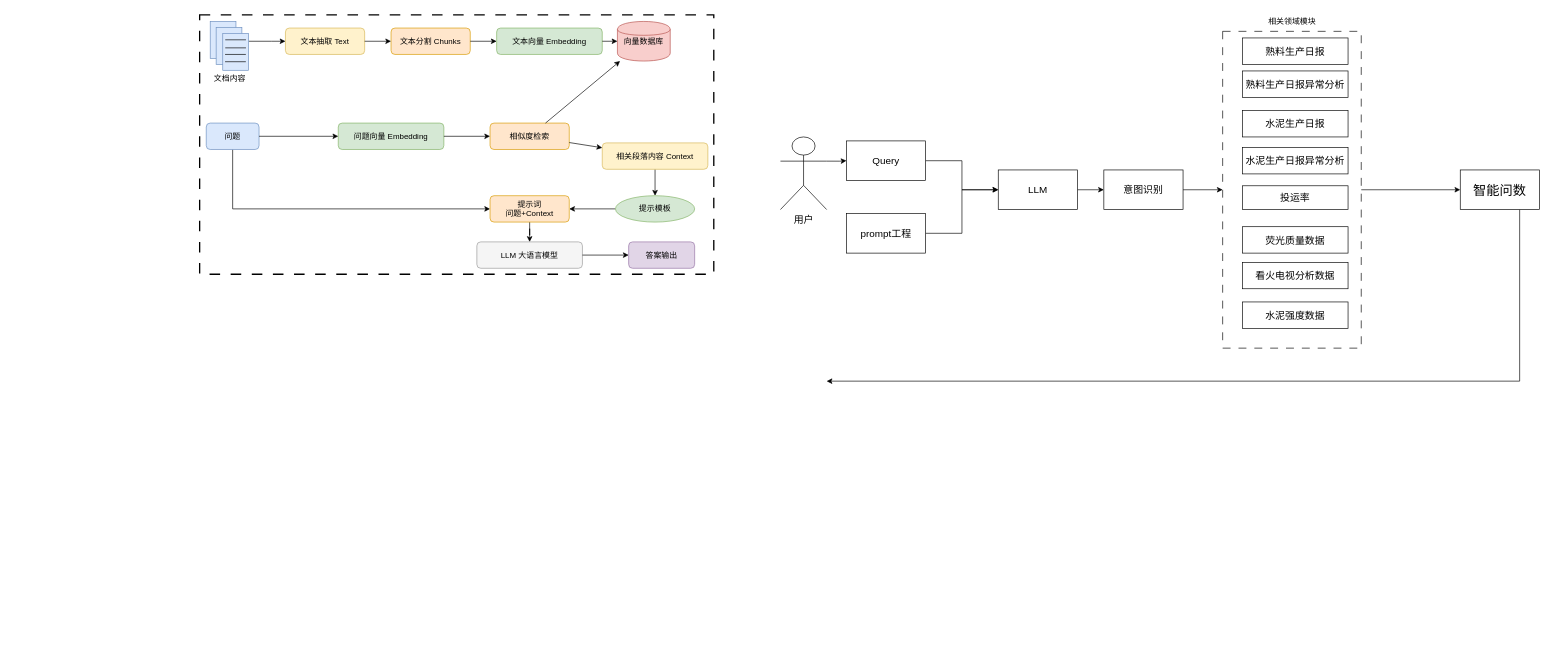
This is 报表分析.drawio from 729973389/picture, a draw.io file, before an edit. Source tidied: cells renumbered, new cells numbered last; positions are measured from the earlier drawing's top-left corner, leaving out a move shared by most shapes. Both pictures are drawn from the tidied source at 66%, with x=0, y=0 at pixel (199, 11).
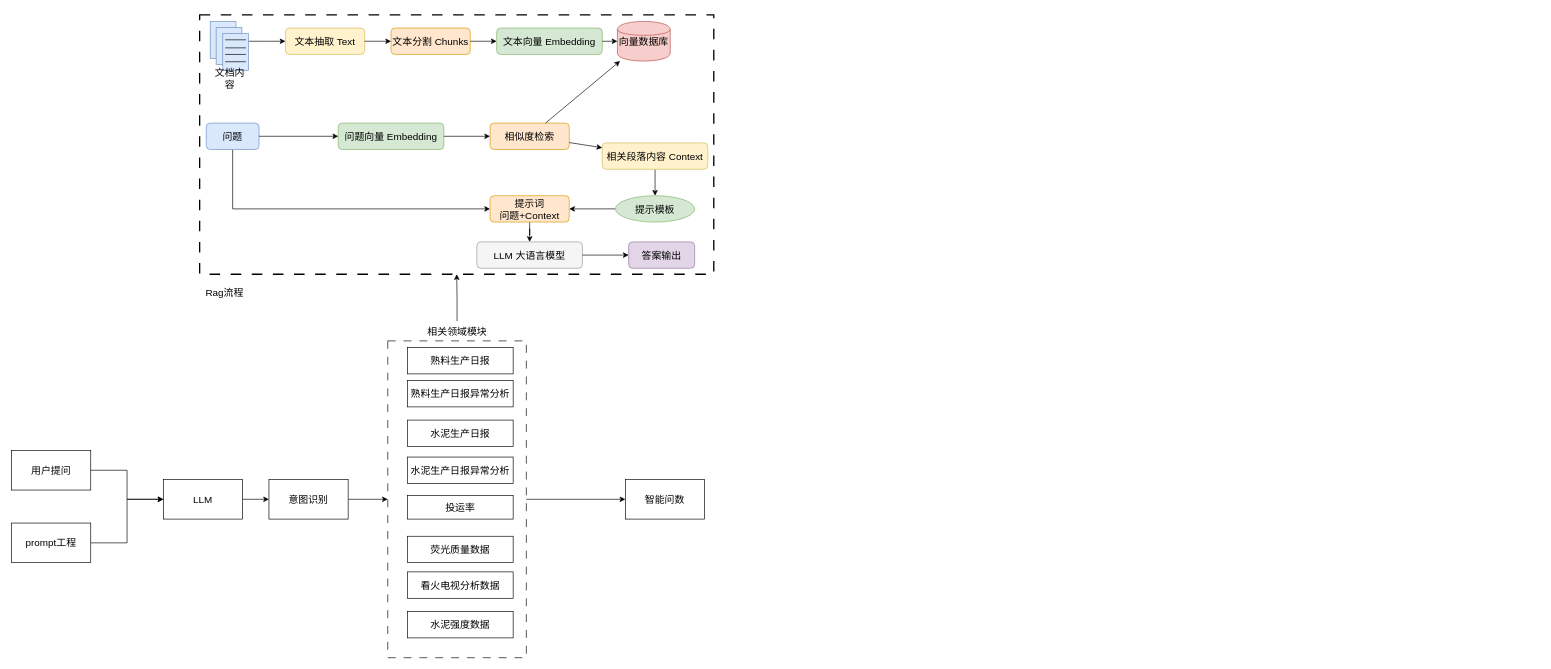
The same diagram, later.

Commit message:
更新报表分析.drawio

Change to the diagram source:
```diff
@@
-    <mxCell id="2" style="rounded=0;whiteSpace=wrap;html=1;labelBackgroundColor=default;strokeWidth=2;dashed=1;dashPattern=8 8;strokeColor=default;" parent="1" vertex="1">
+    <mxCell id="2" style="rounded=0;whiteSpace=wrap;html=1;labelBackgroundColor=default;strokeWidth=2;dashed=1;dashPattern=8 8;strokeColor=default;fontSize=15;" parent="1" vertex="1">
       <mxGeometry y="5" width="779" height="393" as="geometry" />
     </mxCell>
-    <mxCell id="3" value="文本抽取 Text" style="rounded=1;fillColor=#fff2cc;strokeColor=#d6b656;" parent="1" vertex="1">
+    <mxCell id="3" value="文本抽取 Text" style="rounded=1;fillColor=#fff2cc;strokeColor=#d6b656;fontSize=15;" parent="1" vertex="1">
       <mxGeometry x="130" y="25" width="120" height="40" as="geometry" />
     </mxCell>
-    <mxCell id="4" value="文本分割 Chunks" style="rounded=1;fillColor=#ffe6cc;strokeColor=#d79b00;" parent="1" vertex="1">
+    <mxCell id="4" value="文本分割 Chunks" style="rounded=1;fillColor=#ffe6cc;strokeColor=#d79b00;fontSize=15;" parent="1" vertex="1">
       <mxGeometry x="290" y="25" width="120" height="40" as="geometry" />
     </mxCell>
-    <mxCell id="5" value="文本向量 Embedding" style="rounded=1;fillColor=#d5e8d4;strokeColor=#82b366;" parent="1" vertex="1">
+    <mxCell id="5" value="文本向量 Embedding" style="rounded=1;fillColor=#d5e8d4;strokeColor=#82b366;fontSize=15;" parent="1" vertex="1">
       <mxGeometry x="450" y="25" width="160" height="40" as="geometry" />
     </mxCell>
-    <mxCell id="6" value="向量数据库" style="shape=cylinder;fillColor=#f8cecc;strokeColor=#b85450;" parent="1" vertex="1">
+    <mxCell id="6" value="向量数据库" style="shape=cylinder;fillColor=#f8cecc;strokeColor=#b85450;fontSize=15;" parent="1" vertex="1">
       <mxGeometry x="633" y="15" width="80" height="60" as="geometry" />
     </mxCell>
-    <mxCell id="7" parent="1" edge="1" source="3" target="4">
+    <mxCell id="7" style="fontSize=15;" parent="1" edge="1" source="3" target="4">
       <mxGeometry relative="1" as="geometry" />
     </mxCell>
-    <mxCell id="8" parent="1" edge="1" source="4" target="5">
+    <mxCell id="8" style="fontSize=15;" parent="1" edge="1" source="4" target="5">
       <mxGeometry relative="1" as="geometry" />
     </mxCell>
-    <mxCell id="9" parent="1" edge="1" source="5" target="6">
+    <mxCell id="9" style="fontSize=15;" parent="1" edge="1" source="5" target="6">
       <mxGeometry relative="1" as="geometry" />
     </mxCell>
-    <mxCell id="10" style="edgeStyle=orthogonalEdgeStyle;rounded=0;jettySize=auto;html=1;entryX=0;entryY=0.5;entryDx=0;entryDy=0;" parent="1" edge="1" source="11" target="26">
+    <mxCell id="10" style="edgeStyle=orthogonalEdgeStyle;rounded=0;jettySize=auto;html=1;entryX=0;entryY=0.5;entryDx=0;entryDy=0;fontSize=15;" parent="1" edge="1" source="11" target="26">
       <mxGeometry relative="1" as="geometry">
         <Array as="points">
           <mxPoint x="50" y="299" />
         </Array>
       </mxGeometry>
     </mxCell>
-    <mxCell id="11" value="问题" style="rounded=1;fillColor=#dae8fc;strokeColor=#6c8ebf;" parent="1" vertex="1">
+    <mxCell id="11" value="问题" style="rounded=1;fillColor=#dae8fc;strokeColor=#6c8ebf;fontSize=15;" parent="1" vertex="1">
       <mxGeometry x="10" y="169" width="80" height="40" as="geometry" />
     </mxCell>
-    <mxCell id="12" value="问题向量 Embedding" style="rounded=1;fillColor=#d5e8d4;strokeColor=#82b366;" parent="1" vertex="1">
+    <mxCell id="12" value="问题向量 Embedding" style="rounded=1;fillColor=#d5e8d4;strokeColor=#82b366;fontSize=15;" parent="1" vertex="1">
       <mxGeometry x="210" y="169" width="160" height="40" as="geometry" />
     </mxCell>
-    <mxCell id="13" value="相似度检索" style="rounded=1;fillColor=#ffe6cc;strokeColor=#d79b00;" parent="1" vertex="1">
+    <mxCell id="13" value="相似度检索" style="rounded=1;fillColor=#ffe6cc;strokeColor=#d79b00;fontSize=15;" parent="1" vertex="1">
       <mxGeometry x="440" y="169" width="120" height="40" as="geometry" />
     </mxCell>
-    <mxCell id="14" style="edgeStyle=orthogonalEdgeStyle;rounded=0;jettySize=auto;html=1;entryX=0.5;entryY=0;entryDx=0;entryDy=0;" parent="1" edge="1" source="15" target="24">
+    <mxCell id="14" style="edgeStyle=orthogonalEdgeStyle;rounded=0;jettySize=auto;html=1;entryX=0.5;entryY=0;entryDx=0;entryDy=0;fontSize=15;" parent="1" edge="1" source="15" target="24">
       <mxGeometry relative="1" as="geometry" />
     </mxCell>
-    <mxCell id="15" value="相关段落内容 Context" style="rounded=1;fillColor=#fff2cc;strokeColor=#d6b656;" parent="1" vertex="1">
+    <mxCell id="15" value="相关段落内容 Context" style="rounded=1;fillColor=#fff2cc;strokeColor=#d6b656;fontSize=15;" parent="1" vertex="1">
       <mxGeometry x="610" y="199" width="160" height="40" as="geometry" />
     </mxCell>
-    <mxCell id="16" parent="1" edge="1" source="11" target="12">
+    <mxCell id="16" style="fontSize=15;" parent="1" edge="1" source="11" target="12">
       <mxGeometry relative="1" as="geometry" />
     </mxCell>
-    <mxCell id="17" parent="1" edge="1" source="12" target="13">
+    <mxCell id="17" style="fontSize=15;" parent="1" edge="1" source="12" target="13">
       <mxGeometry relative="1" as="geometry" />
     </mxCell>
-    <mxCell id="18" parent="1" edge="1" source="13" target="15">
+    <mxCell id="18" style="fontSize=15;" parent="1" edge="1" source="13" target="15">
       <mxGeometry relative="1" as="geometry" />
     </mxCell>
-    <mxCell id="19" parent="1" edge="1" source="13" target="6">
+    <mxCell id="19" style="fontSize=15;" parent="1" edge="1" source="13" target="6">
       <mxGeometry relative="1" as="geometry" />
     </mxCell>
-    <mxCell id="20" value="LLM 大语言模型" style="rounded=1;fillColor=#f5f5f5;strokeColor=#999999;" parent="1" vertex="1">
+    <mxCell id="20" value="LLM 大语言模型" style="rounded=1;fillColor=#f5f5f5;strokeColor=#999999;fontSize=15;" parent="1" vertex="1">
       <mxGeometry x="420" y="349" width="160" height="40" as="geometry" />
     </mxCell>
-    <mxCell id="21" value="答案输出" style="rounded=1;fillColor=#e1d5e7;strokeColor=#9673a6;" parent="1" vertex="1">
+    <mxCell id="21" value="答案输出" style="rounded=1;fillColor=#e1d5e7;strokeColor=#9673a6;fontSize=15;" parent="1" vertex="1">
       <mxGeometry x="650" y="349" width="100" height="40" as="geometry" />
     </mxCell>
-    <mxCell id="22" parent="1" edge="1" source="20" target="21">
+    <mxCell id="22" style="fontSize=15;" parent="1" edge="1" source="20" target="21">
       <mxGeometry relative="1" as="geometry" />
     </mxCell>
-    <mxCell id="23" style="edgeStyle=orthogonalEdgeStyle;rounded=0;jettySize=auto;html=1;entryX=1;entryY=0.5;entryDx=0;entryDy=0;" parent="1" edge="1" source="24" target="26">
+    <mxCell id="23" style="edgeStyle=orthogonalEdgeStyle;rounded=0;jettySize=auto;html=1;entryX=1;entryY=0.5;entryDx=0;entryDy=0;fontSize=15;" parent="1" edge="1" source="24" target="26">
       <mxGeometry relative="1" as="geometry" />
     </mxCell>
-    <mxCell id="24" value="提示模板" style="ellipse;whiteSpace=wrap;html=1;fillColor=#d5e8d4;strokeColor=#82b366;" parent="1" vertex="1">
+    <mxCell id="24" value="提示模板" style="ellipse;whiteSpace=wrap;html=1;fillColor=#d5e8d4;strokeColor=#82b366;fontSize=15;" parent="1" vertex="1">
       <mxGeometry x="630" y="279" width="120" height="40" as="geometry" />
     </mxCell>
-    <mxCell id="25" style="edgeStyle=orthogonalEdgeStyle;rounded=0;jettySize=auto;html=1;entryX=0.5;entryY=0;entryDx=0;entryDy=0;" parent="1" edge="1" source="26" target="20">
+    <mxCell id="25" style="edgeStyle=orthogonalEdgeStyle;rounded=0;jettySize=auto;html=1;entryX=0.5;entryY=0;entryDx=0;entryDy=0;fontSize=15;" parent="1" edge="1" source="26" target="20">
       <mxGeometry relative="1" as="geometry" />
     </mxCell>
-    <mxCell id="26" value="提示词&#10;问题+Context" style="rounded=1;fillColor=#ffe6cc;strokeColor=#d79b00;" parent="1" vertex="1">
+    <mxCell id="26" value="提示词&#10;问题+Context" style="rounded=1;fillColor=#ffe6cc;strokeColor=#d79b00;fontSize=15;" parent="1" vertex="1">
       <mxGeometry x="440" y="279" width="120" height="40" as="geometry" />
     </mxCell>
-    <mxCell id="27" style="rounded=0;whiteSpace=wrap;html=1;fillColor=#dae8fc;strokeColor=#6c8ebf;" parent="1" vertex="1">
+    <mxCell id="27" style="rounded=0;whiteSpace=wrap;html=1;fillColor=#dae8fc;strokeColor=#6c8ebf;fontSize=15;" parent="1" vertex="1">
       <mxGeometry x="16" y="15" width="39" height="56" as="geometry" />
     </mxCell>
-    <mxCell id="28" style="rounded=0;whiteSpace=wrap;html=1;fillColor=#dae8fc;strokeColor=#6c8ebf;" parent="1" vertex="1">
+    <mxCell id="28" style="rounded=0;whiteSpace=wrap;html=1;fillColor=#dae8fc;strokeColor=#6c8ebf;fontSize=15;" parent="1" vertex="1">
       <mxGeometry x="25" y="24" width="39" height="56" as="geometry" />
     </mxCell>
-    <mxCell id="29" style="edgeStyle=orthogonalEdgeStyle;rounded=0;jettySize=auto;html=1;entryX=0;entryY=0.5;entryDx=0;entryDy=0;" parent="1" edge="1" source="30" target="3">
+    <mxCell id="29" style="edgeStyle=orthogonalEdgeStyle;rounded=0;jettySize=auto;html=1;entryX=0;entryY=0.5;entryDx=0;entryDy=0;fontSize=15;" parent="1" edge="1" source="30" target="3">
       <mxGeometry relative="1" as="geometry">
         <Array as="points">
           <mxPoint x="109" y="45" />
           <mxPoint x="109" y="45" />
         </Array>
       </mxGeometry>
     </mxCell>
-    <mxCell id="30" style="rounded=0;whiteSpace=wrap;html=1;fillColor=#dae8fc;strokeColor=#6c8ebf;" parent="1" vertex="1">
+    <mxCell id="30" style="rounded=0;whiteSpace=wrap;html=1;fillColor=#dae8fc;strokeColor=#6c8ebf;fontSize=15;" parent="1" vertex="1">
       <mxGeometry x="35" y="33" width="39" height="56" as="geometry" />
     </mxCell>
-    <mxCell id="31" style="endArrow=none;html=1;rounded=0;" parent="1" edge="1">
+    <mxCell id="31" style="endArrow=none;html=1;rounded=0;fontSize=15;" parent="1" edge="1">
       <mxGeometry relative="1" as="geometry">
         <mxPoint x="38.8" y="42.8" as="sourcePoint" />
         <mxPoint x="70.2" y="42.8" as="targetPoint" />
       </mxGeometry>
     </mxCell>
-    <mxCell id="32" style="endArrow=none;html=1;rounded=0;" parent="1" edge="1">
+    <mxCell id="32" style="endArrow=none;html=1;rounded=0;fontSize=15;" parent="1" edge="1">
       <mxGeometry relative="1" as="geometry">
         <mxPoint x="38.8" y="55" as="sourcePoint" />
         <mxPoint x="70.2" y="55" as="targetPoint" />
       </mxGeometry>
     </mxCell>
-    <mxCell id="33" style="endArrow=none;html=1;rounded=0;" parent="1" edge="1">
+    <mxCell id="33" style="endArrow=none;html=1;rounded=0;fontSize=15;" parent="1" edge="1">
       <mxGeometry relative="1" as="geometry">
         <mxPoint x="38.5" y="65" as="sourcePoint" />
         <mxPoint x="70" y="65" as="targetPoint" />
       </mxGeometry>
     </mxCell>
-    <mxCell id="34" style="endArrow=none;html=1;rounded=0;" parent="1" edge="1">
+    <mxCell id="34" style="endArrow=none;html=1;rounded=0;fontSize=15;" parent="1" edge="1">
       <mxGeometry relative="1" as="geometry">
         <mxPoint x="38.5" y="76" as="sourcePoint" />
         <mxPoint x="70" y="76" as="targetPoint" />
       </mxGeometry>
     </mxCell>
-    <mxCell id="35" value="文档内容" style="text;html=1;align=center;verticalAlign=middle;whiteSpace=wrap;rounded=0;" parent="1" vertex="1">
+    <mxCell id="35" value="文档内容" style="text;html=1;align=center;verticalAlign=middle;whiteSpace=wrap;rounded=0;fontSize=15;" parent="1" vertex="1">
       <mxGeometry x="16" y="86" width="60" height="30" as="geometry" />
     </mxCell>
-    <mxCell id="36" style="edgeStyle=orthogonalEdgeStyle;rounded=0;jettySize=auto;html=1;exitX=1;exitY=0.3333333333333333;exitDx=0;exitDy=0;exitPerimeter=0;fontSize=15;" parent="1" edge="1" source="37" target="39">
-      <mxGeometry relative="1" as="geometry" />
-    </mxCell>
-    <mxCell id="37" value="用户" style="shape=umlActor;verticalLabelPosition=bottom;verticalAlign=top;html=1;outlineConnect=0;fontSize=15;" parent="1" vertex="1">
-      <mxGeometry x="880" y="190" width="70" height="110" as="geometry" />
-    </mxCell>
-    <mxCell id="38" style="edgeStyle=orthogonalEdgeStyle;rounded=0;jettySize=auto;html=1;entryX=0;entryY=0.5;entryDx=0;entryDy=0;" parent="1" edge="1" source="39" target="49">
+    <mxCell id="38" style="edgeStyle=orthogonalEdgeStyle;rounded=0;jettySize=auto;html=1;entryX=0;entryY=0.5;entryDx=0;entryDy=0;fontSize=15;" parent="1" edge="1" source="39" target="49">
       <mxGeometry relative="1" as="geometry" />
     </mxCell>
-    <mxCell id="39" value="Query" style="rounded=0;whiteSpace=wrap;html=1;fontSize=15;" parent="1" vertex="1">
-      <mxGeometry x="980" y="196" width="120" height="60" as="geometry" />
+    <mxCell id="39" value="用户提问" style="rounded=0;whiteSpace=wrap;html=1;fontSize=15;" parent="1" vertex="1">
+      <mxGeometry x="-285" y="665" width="120" height="60" as="geometry" />
     </mxCell>
-    <mxCell id="40" style="edgeStyle=orthogonalEdgeStyle;rounded=0;jettySize=auto;html=1;entryX=0;entryY=0.5;entryDx=0;entryDy=0;" parent="1" edge="1" source="41" target="49">
+    <mxCell id="40" style="edgeStyle=orthogonalEdgeStyle;rounded=0;jettySize=auto;html=1;entryX=0;entryY=0.5;entryDx=0;entryDy=0;fontSize=15;" parent="1" edge="1" source="41" target="49">
       <mxGeometry relative="1" as="geometry" />
     </mxCell>
     <mxCell id="41" value="prompt工程" style="rounded=0;whiteSpace=wrap;html=1;fontSize=15;" parent="1" vertex="1">
-      <mxGeometry x="980" y="306" width="120" height="60" as="geometry" />
+      <mxGeometry x="-285" y="775" width="120" height="60" as="geometry" />
     </mxCell>
-    <mxCell id="42" style="edgeStyle=orthogonalEdgeStyle;rounded=0;jettySize=auto;html=1;entryX=0;entryY=0.5;entryDx=0;entryDy=0;" parent="1" edge="1" source="43" target="44">
+    <mxCell id="42" style="edgeStyle=orthogonalEdgeStyle;rounded=0;jettySize=auto;html=1;entryX=0;entryY=0.5;entryDx=0;entryDy=0;fontSize=15;" parent="1" edge="1" source="43" target="44">
       <mxGeometry relative="1" as="geometry" />
     </mxCell>
     <mxCell id="43" value="意图识别" style="rounded=0;whiteSpace=wrap;html=1;fontSize=15;" parent="1" vertex="1">
-      <mxGeometry x="1370" y="240" width="120" height="60" as="geometry" />
+      <mxGeometry x="105" y="709" width="120" height="60" as="geometry" />
     </mxCell>
-    <mxCell id="44" style="rounded=0;whiteSpace=wrap;html=1;fillColor=none;dashed=1;dashPattern=12 12;" parent="1" vertex="1">
-      <mxGeometry x="1550" y="30" width="210" height="480" as="geometry" />
+    <mxCell id="44" style="rounded=0;whiteSpace=wrap;html=1;fillColor=none;dashed=1;dashPattern=12 12;fontSize=15;" parent="1" vertex="1">
+      <mxGeometry x="285" y="499" width="210" height="480" as="geometry" />
     </mxCell>
     <mxCell id="45" value="&lt;font style=&quot;color: rgb(0, 0, 0);&quot;&gt;熟料生产日报异常分析&lt;/font&gt;" style="rounded=0;whiteSpace=wrap;html=1;fontSize=15;" parent="1" vertex="1">
-      <mxGeometry x="1580" y="90" width="160" height="40" as="geometry" />
+      <mxGeometry x="315" y="559" width="160" height="40" as="geometry" />
     </mxCell>
     <mxCell id="46" value="水泥生产日报异常分析" style="rounded=0;whiteSpace=wrap;html=1;fontSize=15;" parent="1" vertex="1">
-      <mxGeometry x="1580" y="206" width="160" height="40" as="geometry" />
+      <mxGeometry x="315" y="675" width="160" height="40" as="geometry" />
     </mxCell>
-    <mxCell id="47" style="edgeStyle=orthogonalEdgeStyle;rounded=0;jettySize=auto;html=1;entryX=0;entryY=0.5;entryDx=0;entryDy=0;" parent="1" edge="1" source="44" target="55">
+    <mxCell id="47" style="edgeStyle=orthogonalEdgeStyle;rounded=0;jettySize=auto;html=1;entryX=0;entryY=0.5;entryDx=0;entryDy=0;fontSize=15;" parent="1" edge="1" source="44" target="55">
       <mxGeometry relative="1" as="geometry" />
     </mxCell>
-    <mxCell id="48" style="edgeStyle=orthogonalEdgeStyle;rounded=0;jettySize=auto;html=1;" parent="1" edge="1" source="49" target="43">
+    <mxCell id="48" style="edgeStyle=orthogonalEdgeStyle;rounded=0;jettySize=auto;html=1;fontSize=15;" parent="1" edge="1" source="49" target="43">
       <mxGeometry relative="1" as="geometry" />
     </mxCell>
     <mxCell id="49" value="LLM" style="rounded=0;whiteSpace=wrap;html=1;fontSize=15;" parent="1" vertex="1">
-      <mxGeometry x="1210" y="240" width="120" height="60" as="geometry" />
+      <mxGeometry x="-55" y="709" width="120" height="60" as="geometry" />
     </mxCell>
     <mxCell id="50" value="投运率" style="rounded=0;whiteSpace=wrap;html=1;fontSize=15;" parent="1" vertex="1">
-      <mxGeometry x="1580" y="264" width="160" height="36" as="geometry" />
+      <mxGeometry x="315" y="733" width="160" height="36" as="geometry" />
     </mxCell>
     <mxCell id="51" value="荧光质量数据" style="rounded=0;whiteSpace=wrap;html=1;fontSize=15;" parent="1" vertex="1">
-      <mxGeometry x="1580" y="326" width="160" height="40" as="geometry" />
+      <mxGeometry x="315" y="795" width="160" height="40" as="geometry" />
     </mxCell>
     <mxCell id="52" value="看火电视分析数据" style="rounded=0;whiteSpace=wrap;html=1;fontSize=15;" parent="1" vertex="1">
-      <mxGeometry x="1580" y="380" width="160" height="40" as="geometry" />
+      <mxGeometry x="315" y="849" width="160" height="40" as="geometry" />
     </mxCell>
     <mxCell id="53" value="水泥强度数据" style="rounded=0;whiteSpace=wrap;html=1;fontSize=15;" parent="1" vertex="1">
-      <mxGeometry x="1580" y="440" width="160" height="40" as="geometry" />
+      <mxGeometry x="315" y="909" width="160" height="40" as="geometry" />
     </mxCell>
-    <mxCell id="54" style="edgeStyle=orthogonalEdgeStyle;rounded=0;jettySize=auto;html=1;" parent="1" edge="1" source="55">
-      <mxGeometry relative="1" as="geometry">
-        <mxPoint x="950" y="560" as="targetPoint" />
-        <Array as="points">
-          <mxPoint x="2000" y="560" />
-          <mxPoint x="951" y="560" />
-        </Array>
-      </mxGeometry>
-    </mxCell>
-    <mxCell id="55" value="&lt;font style=&quot;font-size: 20px;&quot;&gt;智能问数&lt;/font&gt;" style="rounded=0;whiteSpace=wrap;html=1;" parent="1" vertex="1">
-      <mxGeometry x="1910" y="240" width="120" height="60" as="geometry" />
+    <mxCell id="55" value="&lt;font&gt;智能问数&lt;/font&gt;" style="rounded=0;whiteSpace=wrap;html=1;fontSize=15;" parent="1" vertex="1">
+      <mxGeometry x="645" y="709" width="120" height="60" as="geometry" />
     </mxCell>
     <mxCell id="56" value="&lt;font style=&quot;color: rgb(0, 0, 0);&quot;&gt;熟料生产日报&lt;/font&gt;" style="rounded=0;whiteSpace=wrap;html=1;fontSize=15;" parent="1" vertex="1">
-      <mxGeometry x="1580" y="40" width="160" height="40" as="geometry" />
+      <mxGeometry x="315" y="509" width="160" height="40" as="geometry" />
     </mxCell>
     <mxCell id="57" value="水泥生产日报" style="rounded=0;whiteSpace=wrap;html=1;fontSize=15;" parent="1" vertex="1">
-      <mxGeometry x="1580" y="150" width="160" height="40" as="geometry" />
+      <mxGeometry x="315" y="619" width="160" height="40" as="geometry" />
     </mxCell>
+    <mxCell id="59" style="edgeStyle=orthogonalEdgeStyle;rounded=0;jettySize=auto;html=1;fontSize=15;" parent="1" edge="1" source="58" target="2">
+      <mxGeometry relative="1" as="geometry" />
+    </mxCell>
-    <mxCell id="58" value="相关领域模块" style="text;html=1;align=center;verticalAlign=middle;whiteSpace=wrap;rounded=0;" parent="1" vertex="1">
-      <mxGeometry x="1607.5" width="95" height="30" as="geometry" />
+    <mxCell id="58" value="相关领域模块" style="text;html=1;align=center;verticalAlign=middle;whiteSpace=wrap;rounded=0;fontSize=15;" parent="1" vertex="1">
+      <mxGeometry x="342.5" y="469" width="95" height="30" as="geometry" />
     </mxCell>
+    <mxCell id="60" value="Rag流程" style="text;html=1;align=center;verticalAlign=middle;whiteSpace=wrap;rounded=0;fontSize=15;" parent="1" vertex="1">
+      <mxGeometry x="8" y="410" width="60" height="30" as="geometry" />
+    </mxCell>
```
